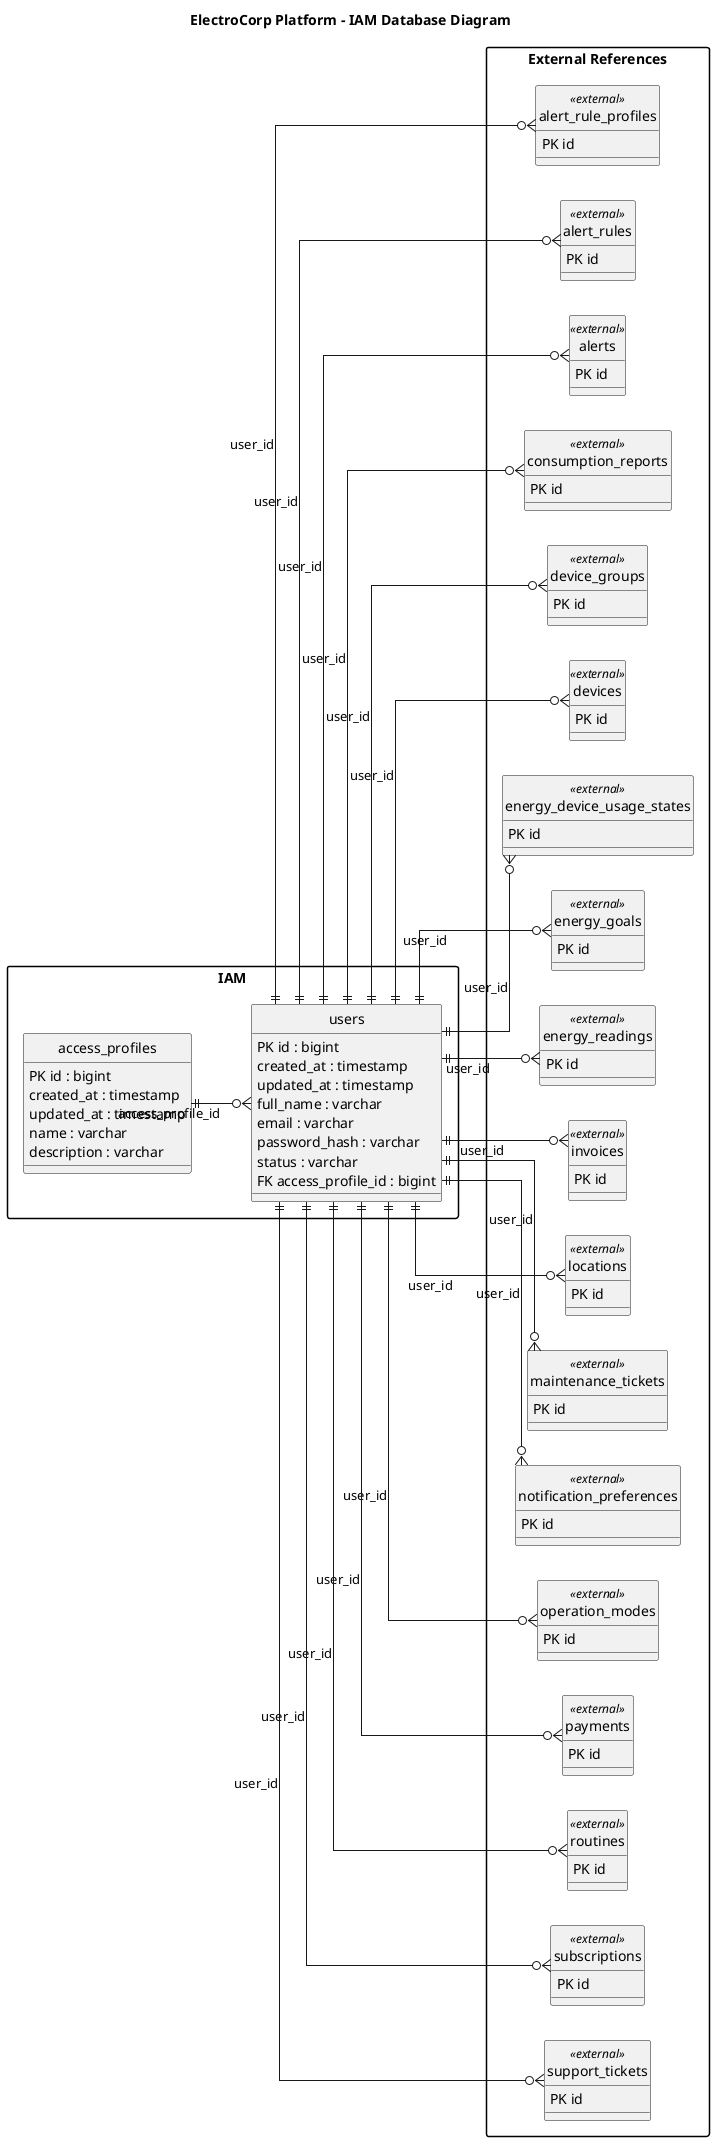
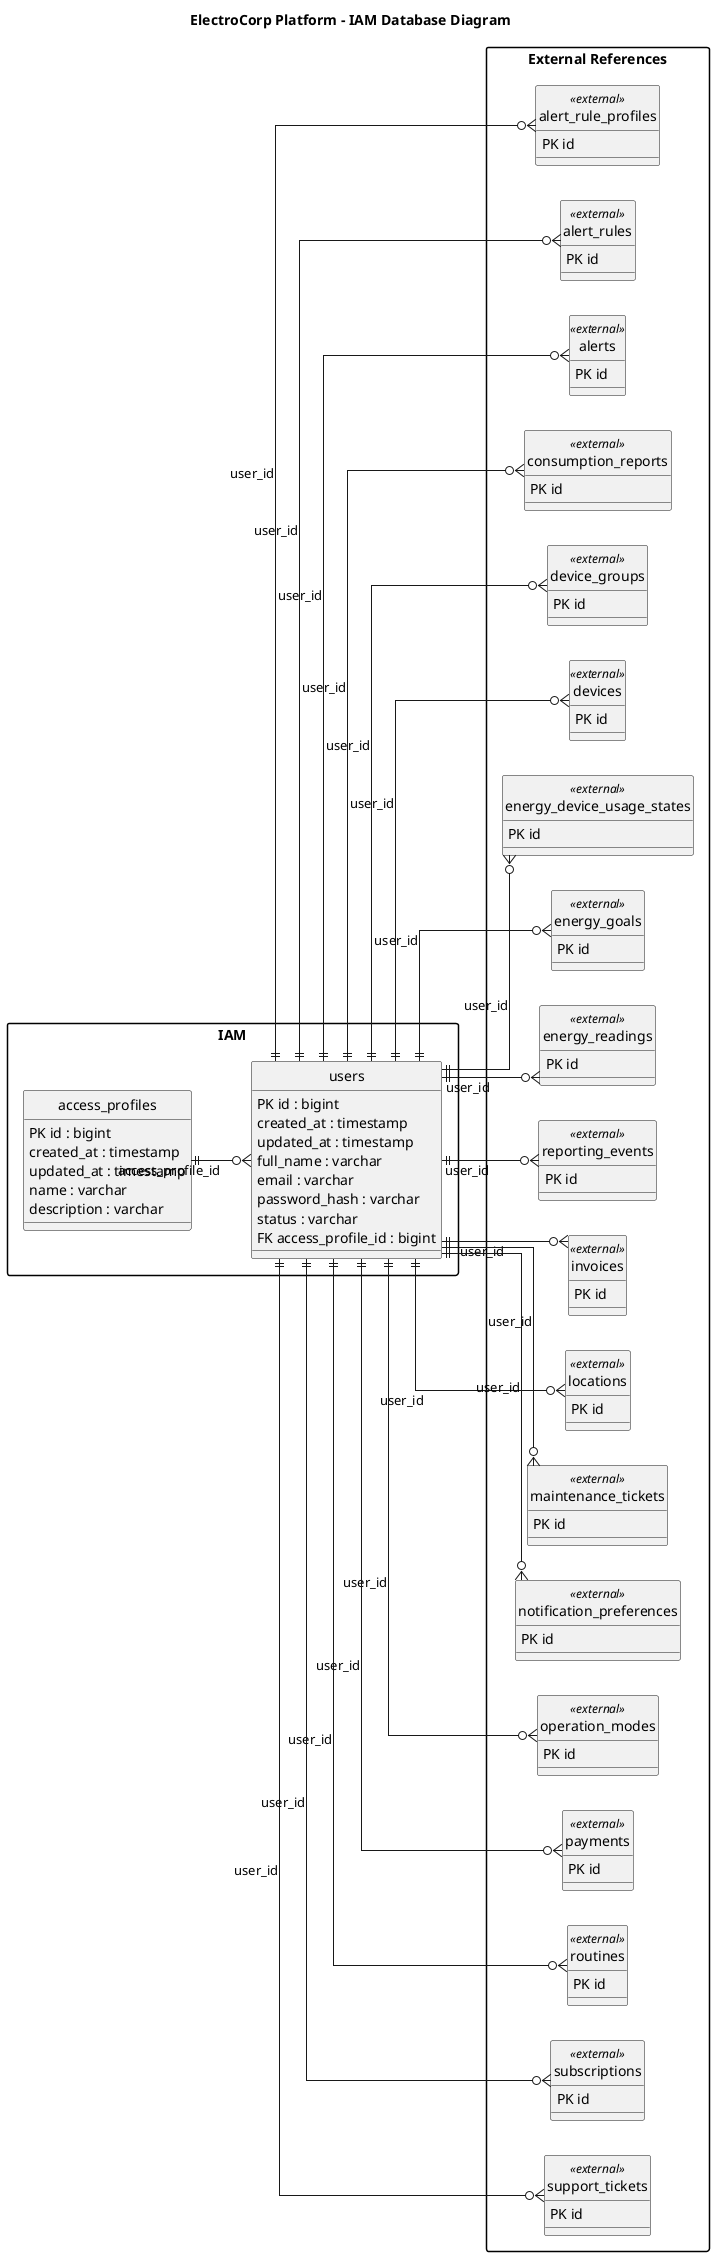
@startuml
title ElectroCorp Platform - IAM Database Diagram
left to right direction
hide circle
skinparam linetype ortho
skinparam shadowing false
skinparam packageStyle rectangle
package "IAM" {
  entity "access_profiles" as access_profiles {
    PK id : bigint
    created_at : timestamp
    updated_at : timestamp
    name : varchar
    description : varchar
  }
  entity "users" as users {
    PK id : bigint
    created_at : timestamp
    updated_at : timestamp
    full_name : varchar
    email : varchar
    password_hash : varchar
    status : varchar
    FK access_profile_id : bigint
  }
}

package "External References" {
  entity "alert_rule_profiles" as alert_rule_profiles <<external>> {
    PK id
  }
  entity "alert_rules" as alert_rules <<external>> {
    PK id
  }
  entity "alerts" as alerts <<external>> {
    PK id
  }
  entity "consumption_reports" as consumption_reports <<external>> {
    PK id
  }
  entity "device_groups" as device_groups <<external>> {
    PK id
  }
  entity "devices" as devices <<external>> {
    PK id
  }
  entity "energy_device_usage_states" as energy_device_usage_states <<external>> {
    PK id
  }
  entity "energy_goals" as energy_goals <<external>> {
    PK id
  }
  entity "energy_readings" as energy_readings <<external>> {
    PK id
  }
+   entity "reporting_events" as reporting_events <<external>> {
+     PK id
+   }
  entity "invoices" as invoices <<external>> {
    PK id
  }
  entity "locations" as locations <<external>> {
    PK id
  }
  entity "maintenance_tickets" as maintenance_tickets <<external>> {
    PK id
  }
  entity "notification_preferences" as notification_preferences <<external>> {
    PK id
  }
  entity "operation_modes" as operation_modes <<external>> {
    PK id
  }
  entity "payments" as payments <<external>> {
    PK id
  }
  entity "routines" as routines <<external>> {
    PK id
  }
  entity "subscriptions" as subscriptions <<external>> {
    PK id
  }
  entity "support_tickets" as support_tickets <<external>> {
    PK id
  }
}

access_profiles ||--o{ users : access_profile_id
users ||--o{ alert_rule_profiles : user_id
users ||--o{ alert_rules : user_id
users ||--o{ alerts : user_id
users ||--o{ consumption_reports : user_id
users ||--o{ device_groups : user_id
users ||--o{ devices : user_id
users ||--o{ energy_device_usage_states : user_id
users ||--o{ energy_goals : user_id
users ||--o{ energy_readings : user_id
+ users ||--o{ reporting_events : user_id
users ||--o{ invoices : user_id
users ||--o{ locations : user_id
users ||--o{ maintenance_tickets : user_id
users ||--o{ notification_preferences : user_id
users ||--o{ operation_modes : user_id
users ||--o{ payments : user_id
users ||--o{ routines : user_id
users ||--o{ subscriptions : user_id
users ||--o{ support_tickets : user_id

@enduml
